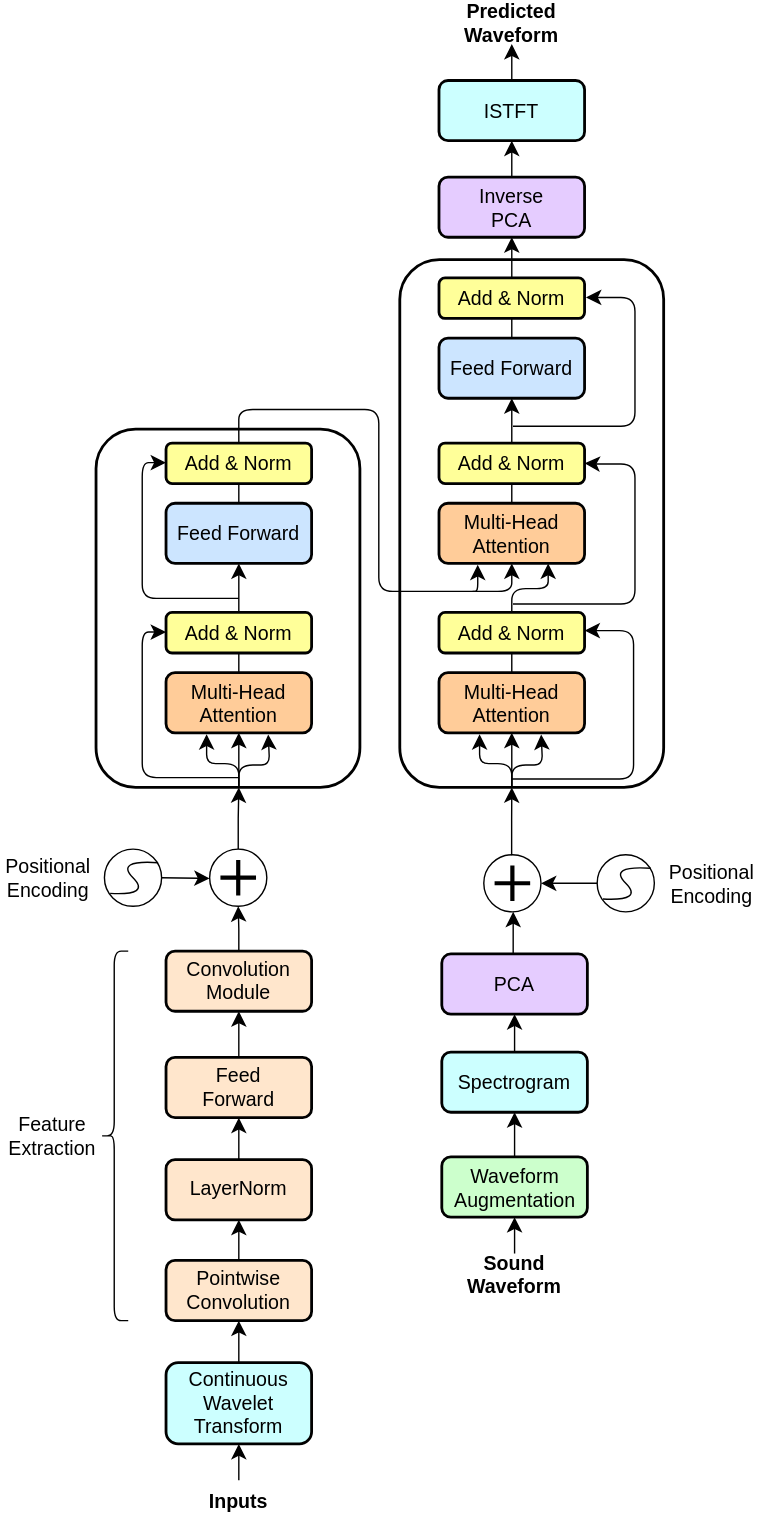
The draw.io diagram images/e2s.svg in neuralsrg/EEG, before a commit. Source tidied: cells renumbered, new cells last; positions are measured from the earlier drawing's top-left corner, leaving out a move shared by most shapes.
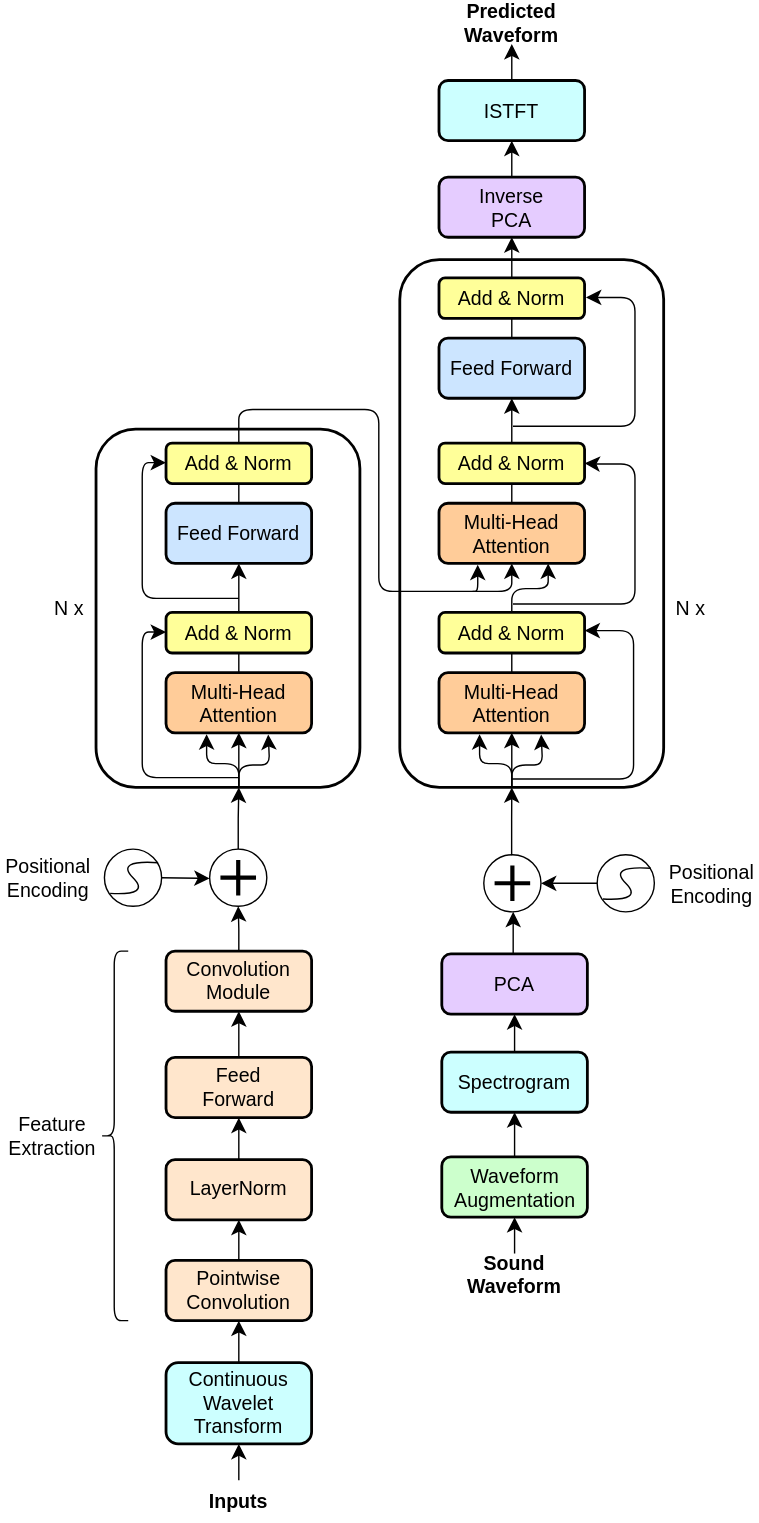
After the commit.

Change to the diagram source:
```diff
@@ -344,5 +344,11 @@
         <mxPoint x="365" y="561" as="targetPoint" />
       </mxGeometry>
     </mxCell>
+    <mxCell id="88" value="&lt;font style=&quot;font-size: 14px;&quot;&gt;N x&lt;/font&gt;" style="text;html=1;strokeColor=none;fillColor=none;align=center;verticalAlign=middle;whiteSpace=wrap;rounded=0;" parent="1" vertex="1">
+      <mxGeometry x="19" y="418" width="60" height="30" as="geometry" />
+    </mxCell>
+    <mxCell id="89" value="&lt;font style=&quot;font-size: 14px;&quot;&gt;N x&lt;/font&gt;" style="text;html=1;strokeColor=none;fillColor=none;align=center;verticalAlign=middle;whiteSpace=wrap;rounded=0;" parent="1" vertex="1">
+      <mxGeometry x="463" y="418" width="60" height="30" as="geometry" />
+    </mxCell>
   </root>
 </mxGraphModel>
```
